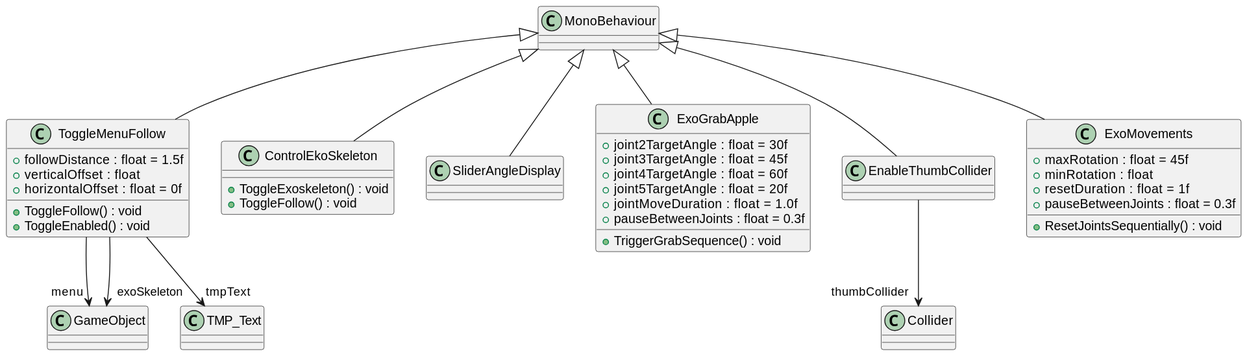
Above: UML/include.svg in Chiriac21/disertatie (PlantUML), before the change.
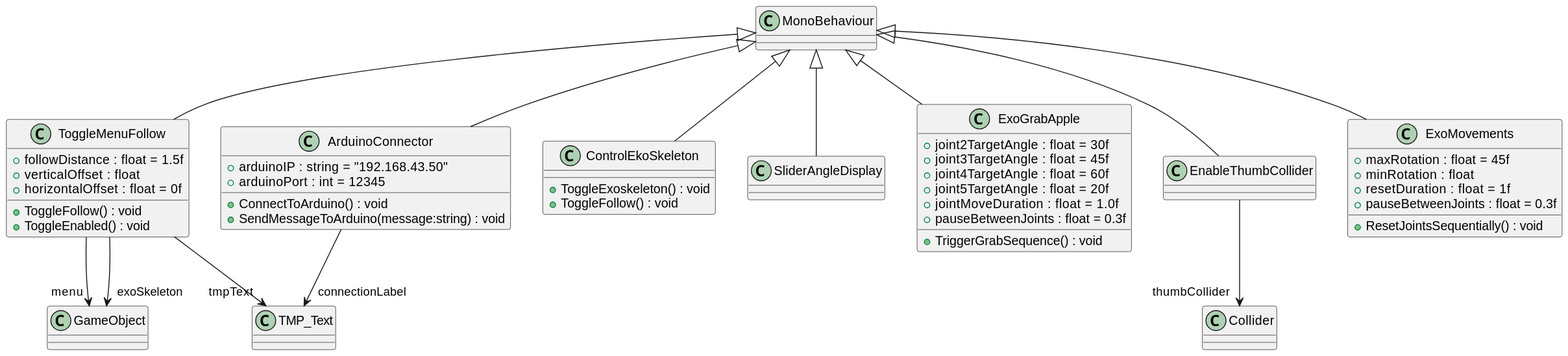
After the commit.

Commit message:
Generate UML (Generate UML)

The edit, as a diff of the source:
```diff
@@ -10,6 +10,14 @@
 ToggleMenuFollow --> "menu" GameObject
 ToggleMenuFollow --> "exoSkeleton" GameObject
 ToggleMenuFollow --> "tmpText" TMP_Text
+class ArduinoConnector {
+    + arduinoIP : string = "192.168.43.50"
+    + arduinoPort : int = 12345
+    + ConnectToArduino() : void
+    + SendMessageToArduino(message:string) : void
+}
+MonoBehaviour <|-- ArduinoConnector
+ArduinoConnector --> "connectionLabel" TMP_Text
 class ControlEkoSkeleton {
     + ToggleExoskeleton() : void
     + ToggleFollow() : void
```
